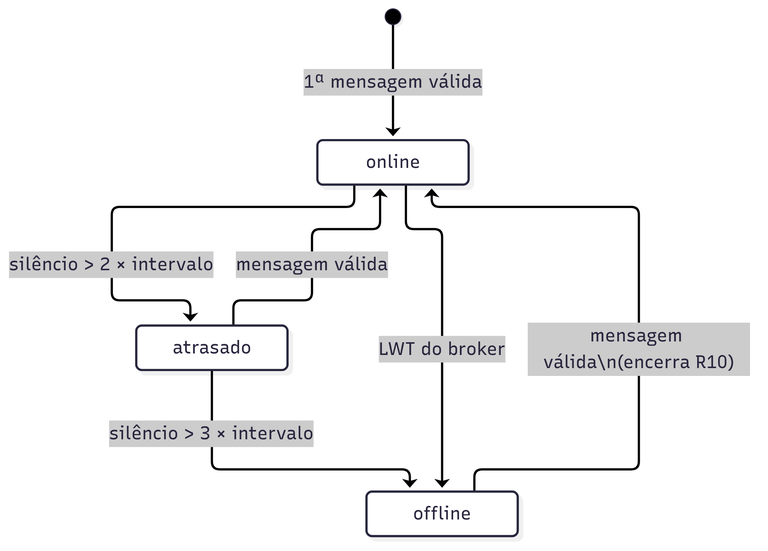
Before: relatorio/figures/fig09-estados-dispositivo.png, a diagram exported from Mermaid (carneirofc/1322010-2025.3-A--IoT-Smart-Home-Software-Integration). Its source is kept beside it as relatorio/diagramas/fig09-estados-dispositivo.mmd. Its diagram source:
```mermaid
%%{init: {"themeVariables": {"fontSize": "16px"}}}%%
stateDiagram-v2
  direction TB
  [*] --> online: 1ª mensagem válida
  online --> atrasado: silêncio > 2 × intervalo
  atrasado --> online: mensagem válida
  atrasado --> offline: silêncio > 3 × intervalo
  online --> offline: LWT do broker
  offline --> online: mensagem válida\n(encerra R10)
```
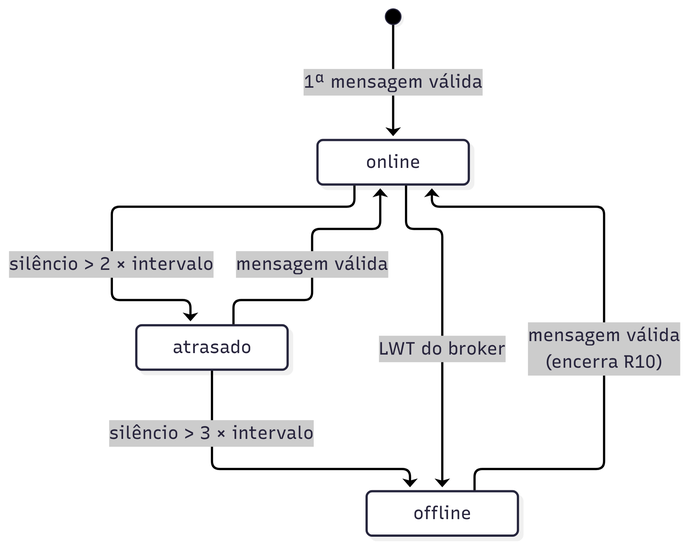
After the change.

Diff of the diagram source:
```diff
@@ -6,4 +6,4 @@
   atrasado --> online: mensagem válida
   atrasado --> offline: silêncio > 3 × intervalo
   online --> offline: LWT do broker
-  offline --> online: mensagem válida\n(encerra R10)
+  offline --> online: mensagem válida<br/>(encerra R10)
```
